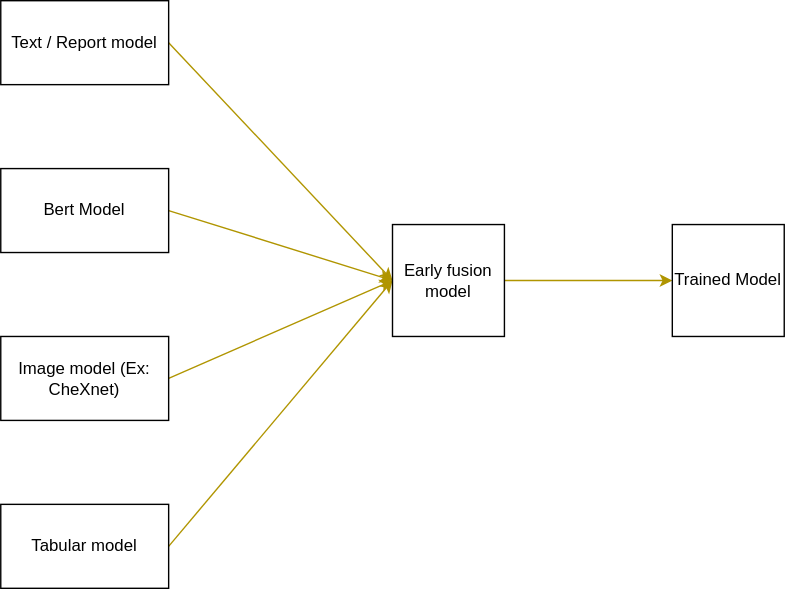
Before: notes/utils.drawio.svg, a diagram exported from draw.io (dermatologist/kedro-tf-utils). Source tidied: cells renumbered, new cells last; positions are measured from the earlier drawing's top-left corner, leaving out a move shared by most shapes.
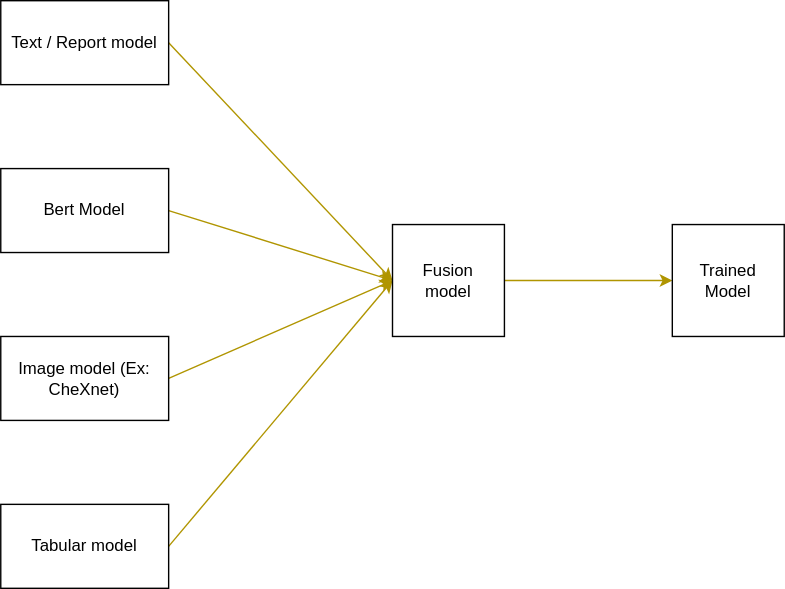
The same diagram one commit later.

Change to the diagram source:
```diff
@@ -31,10 +31,10 @@
     <mxCell id="10" style="edgeStyle=none;html=1;exitX=1;exitY=0.5;exitDx=0;exitDy=0;fillColor=#e3c800;strokeColor=#B09500;" parent="1" edge="1" source="11" target="12">
       <mxGeometry relative="1" as="geometry" />
     </mxCell>
-    <mxCell id="11" value="Early fusion model&amp;nbsp;" style="whiteSpace=wrap;html=1;" parent="1" vertex="1">
+    <mxCell id="11" value="Fusion &lt;br&gt;model&amp;nbsp;" style="whiteSpace=wrap;html=1;" parent="1" vertex="1">
       <mxGeometry x="280" y="160" width="80" height="80" as="geometry" />
     </mxCell>
-    <mxCell id="12" value="Trained Model" style="whiteSpace=wrap;html=1;" parent="1" vertex="1">
+    <mxCell id="12" value="Trained &lt;br&gt;Model" style="whiteSpace=wrap;html=1;" parent="1" vertex="1">
       <mxGeometry x="480" y="160" width="80" height="80" as="geometry" />
     </mxCell>
   </root>
```
